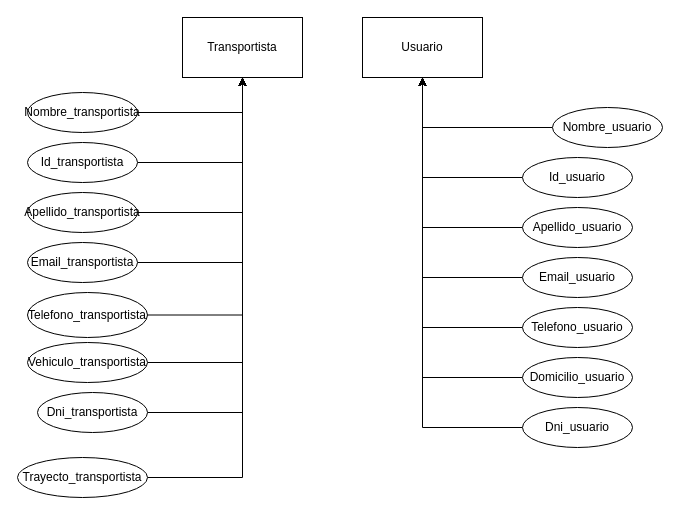
Before: Diagrama sin título.drawio in projects-assignments/mudapp-grupo-5, a draw.io diagram. Source tidied: cells renumbered, new cells numbered last; positions are measured from the earlier drawing's top-left corner, leaving out a move shared by most shapes. Both pictures are drawn from the tidied source at 100%, with x=0, y=0 at pixel (17, 17).
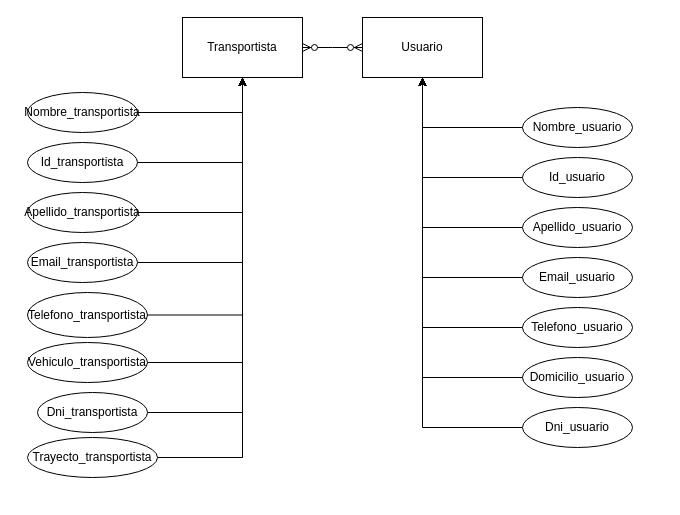
Above is the later version.

Unchanged cells that the change refers to:
```xml
<mxCell id="2" value="Transportista" style="rounded=0;whiteSpace=wrap;html=1;" parent="1" vertex="1">
  <mxGeometry x="165" width="120" height="60" as="geometry" />
</mxCell>
<mxCell id="3" value="Usuario" style="rounded=0;whiteSpace=wrap;html=1;" parent="1" vertex="1">
  <mxGeometry x="345" width="120" height="60" as="geometry" />
</mxCell>
```

What changed in the source:
```diff
@@
     <mxCell id="5" value="Nombre_usuario" style="ellipse;whiteSpace=wrap;html=1;" parent="1" vertex="1">
-      <mxGeometry x="535" y="90" width="110" height="40" as="geometry" />
+      <mxGeometry x="505" y="90" width="110" height="40" as="geometry" />
     </mxCell>
@@
     <mxCell id="33" value="Trayecto_transportista" style="ellipse;whiteSpace=wrap;html=1;" parent="1" vertex="1">
-      <mxGeometry y="440" width="130" height="40" as="geometry" />
+      <mxGeometry x="10" y="420" width="130" height="40" as="geometry" />
     </mxCell>
+    <mxCell id="34" style="edgeStyle=entityRelationEdgeStyle;fontSize=12;html=1;endArrow=ERzeroToMany;endFill=1;startArrow=ERzeroToMany;rounded=0;" parent="1" edge="1" source="2" target="3">
+      <mxGeometry relative="1" as="geometry" />
+    </mxCell>
```
